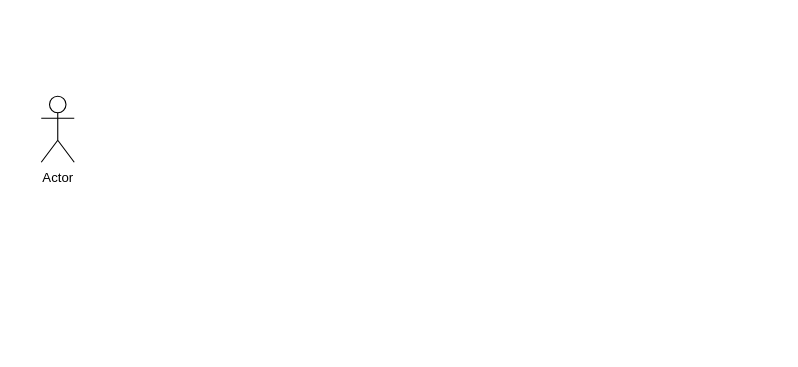
Earlier version of the draw.io diagram Masa_cooperation.drawio (mati-tech/draw.io). Source tidied: cells renumbered, new cells numbered last; positions are measured from the earlier drawing's top-left corner, leaving out a move shared by most shapes. Both pictures are drawn from the tidied source at 110%, with x=0, y=0 at pixel (41, 96).
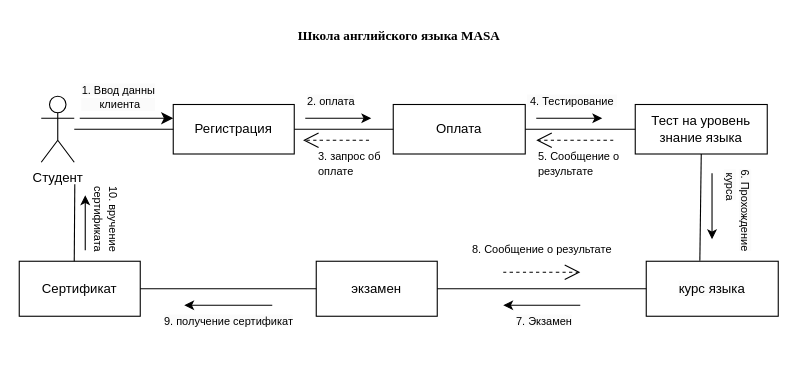
The same page after the edit.

What changed in the source:
```diff
@@
-    <mxCell id="2" value="Actor" style="shape=umlActor;verticalLabelPosition=bottom;verticalAlign=top;html=1;outlineConnect=0;" parent="1" vertex="1">
+    <mxCell id="2" value="Студент" style="shape=umlActor;verticalLabelPosition=bottom;verticalAlign=top;html=1;outlineConnect=0;" parent="1" vertex="1">
       <mxGeometry width="30" height="60" as="geometry" />
     </mxCell>
+    <mxCell id="3" value="Регистрация" style="rounded=0;whiteSpace=wrap;html=1;" parent="1" vertex="1">
+      <mxGeometry x="120" y="7.5" width="110" height="45" as="geometry" />
+    </mxCell>
+    <mxCell id="4" value="Оплата" style="rounded=0;whiteSpace=wrap;html=1;" parent="1" vertex="1">
+      <mxGeometry x="320" y="7.5" width="120" height="45" as="geometry" />
+    </mxCell>
+    <mxCell id="5" value="Тест на уровень знание языка" style="rounded=0;whiteSpace=wrap;html=1;" parent="1" vertex="1">
+      <mxGeometry x="540" y="7.5" width="120" height="45" as="geometry" />
+    </mxCell>
+    <mxCell id="6" value="экзамен" style="rounded=0;whiteSpace=wrap;html=1;" parent="1" vertex="1">
+      <mxGeometry x="250" y="150" width="110" height="50" as="geometry" />
+    </mxCell>
+    <mxCell id="7" value="&lt;span style=&quot;color: rgb(0, 0, 0); font-family: Helvetica; font-size: 12px; font-style: normal; font-variant-ligatures: normal; font-variant-caps: normal; font-weight: 400; letter-spacing: normal; orphans: 2; text-align: center; text-indent: 0px; text-transform: none; widows: 2; word-spacing: 0px; -webkit-text-stroke-width: 0px; white-space: normal; background-color: rgb(251, 251, 251); text-decoration-thickness: initial; text-decoration-style: initial; text-decoration-color: initial; display: inline !important; float: none;&quot;&gt;курс языка&lt;/span&gt;" style="rounded=0;whiteSpace=wrap;html=1;" parent="1" vertex="1">
+      <mxGeometry x="550" y="150" width="120" height="50" as="geometry" />
+    </mxCell>
+    <mxCell id="8" value="Сертификат" style="rounded=0;whiteSpace=wrap;html=1;" parent="1" vertex="1">
+      <mxGeometry x="-20" y="150" width="110" height="50" as="geometry" />
+    </mxCell>
+    <mxCell id="9" style="endArrow=none;html=1;rounded=0;entryX=0;entryY=0.5;entryDx=0;entryDy=0;" parent="1" edge="1" source="2" target="3">
+      <mxGeometry relative="1" as="geometry" />
+    </mxCell>
+    <mxCell id="10" style="endArrow=none;html=1;rounded=0;entryX=0;entryY=0.5;entryDx=0;entryDy=0;exitX=1;exitY=0.5;exitDx=0;exitDy=0;" parent="1" edge="1" source="3" target="4">
+      <mxGeometry relative="1" as="geometry" />
+    </mxCell>
+    <mxCell id="11" style="endArrow=none;html=1;rounded=0;entryX=0;entryY=0.5;entryDx=0;entryDy=0;exitX=1;exitY=0.5;exitDx=0;exitDy=0;" parent="1" edge="1" source="4" target="5">
+      <mxGeometry relative="1" as="geometry" />
+    </mxCell>
+    <mxCell id="12" style="endArrow=none;html=1;rounded=0;entryX=0.5;entryY=1;entryDx=0;entryDy=0;exitX=0.406;exitY=-0.007;exitDx=0;exitDy=0;exitPerimeter=0;" parent="1" edge="1" source="7" target="5">
+      <mxGeometry relative="1" as="geometry" />
+    </mxCell>
+    <mxCell id="13" style="endArrow=none;html=1;rounded=0;entryX=0;entryY=0.5;entryDx=0;entryDy=0;exitX=1;exitY=0.5;exitDx=0;exitDy=0;" parent="1" edge="1" source="6" target="7">
+      <mxGeometry relative="1" as="geometry" />
+    </mxCell>
+    <mxCell id="14" style="endArrow=none;html=1;rounded=0;entryX=0;entryY=0.5;entryDx=0;entryDy=0;exitX=1;exitY=0.5;exitDx=0;exitDy=0;" parent="1" edge="1" source="8" target="6">
+      <mxGeometry relative="1" as="geometry" />
+    </mxCell>
+    <mxCell id="15" style="endArrow=none;html=1;rounded=0;exitX=0.25;exitY=0;exitDx=0;exitDy=0;" parent="1" edge="1">
+      <mxGeometry relative="1" as="geometry">
+        <mxPoint x="30" y="150" as="sourcePoint" />
+        <mxPoint x="30.5" y="80" as="targetPoint" />
+      </mxGeometry>
+    </mxCell>
+    <mxCell id="16" value="&lt;font style=&quot;background-color: rgb(251, 251, 251); font-size: 10px;&quot;&gt;1. Ввод данны&lt;/font&gt;&lt;div style=&quot;background-color: rgb(251, 251, 251); font-size: 10px;&quot;&gt;&amp;nbsp;клиента&lt;/div&gt;" style="endArrow=classic;html=1;rounded=0;fontSize=12;startSize=8;endSize=8;curved=1;" parent="1" edge="1">
+      <mxGeometry x="-0.18" y="20" relative="1" as="geometry">
+        <mxPoint x="35" y="20" as="sourcePoint" />
+        <mxPoint x="120" y="20" as="targetPoint" />
+      </mxGeometry>
+    </mxCell>
+    <mxCell id="17" value="&lt;span style=&quot;color: rgb(0, 0, 0); font-family: Helvetica; font-size: 10px; font-style: normal; font-variant-ligatures: normal; font-variant-caps: normal; font-weight: 400; letter-spacing: normal; orphans: 2; text-align: center; text-indent: 0px; text-transform: none; widows: 2; word-spacing: 0px; -webkit-text-stroke-width: 0px; white-space: nowrap; background-color: rgb(251, 251, 251); text-decoration-thickness: initial; text-decoration-style: initial; text-decoration-color: initial; display: inline !important; float: none;&quot;&gt;2. оплата&lt;/span&gt;" style="text;whiteSpace=wrap;html=1;" parent="1" vertex="1">
+      <mxGeometry x="240" y="-10" width="56" height="20" as="geometry" />
+    </mxCell>
+    <mxCell id="18" style="endArrow=classic;html=1;rounded=0;" parent="1" edge="1">
+      <mxGeometry relative="1" as="geometry">
+        <mxPoint x="240" y="20" as="sourcePoint" />
+        <mxPoint x="300" y="20" as="targetPoint" />
+      </mxGeometry>
+    </mxCell>
+    <mxCell id="19" style="endArrow=classic;html=1;rounded=0;" parent="1" edge="1">
+      <mxGeometry relative="1" as="geometry">
+        <mxPoint x="450" y="20" as="sourcePoint" />
+        <mxPoint x="510" y="20" as="targetPoint" />
+      </mxGeometry>
+    </mxCell>
+    <mxCell id="20" style="endArrow=classic;html=1;rounded=0;" parent="1" edge="1">
+      <mxGeometry relative="1" as="geometry">
+        <mxPoint x="609.8" y="70" as="sourcePoint" />
+        <mxPoint x="609.8" y="130" as="targetPoint" />
+      </mxGeometry>
+    </mxCell>
+    <mxCell id="21" style="endArrow=classic;html=1;rounded=0;" parent="1" edge="1">
+      <mxGeometry relative="1" as="geometry">
+        <mxPoint x="490" y="190" as="sourcePoint" />
+        <mxPoint x="420" y="190" as="targetPoint" />
+      </mxGeometry>
+    </mxCell>
+    <mxCell id="22" style="endArrow=classic;html=1;rounded=0;" parent="1" edge="1">
+      <mxGeometry relative="1" as="geometry">
+        <mxPoint x="210" y="190" as="sourcePoint" />
+        <mxPoint x="130" y="190" as="targetPoint" />
+      </mxGeometry>
+    </mxCell>
+    <mxCell id="23" style="endArrow=open;endSize=12;dashed=1;html=1;rounded=0;fontSize=12;curved=1;" parent="1" edge="1">
+      <mxGeometry y="-13" relative="1" as="geometry">
+        <mxPoint x="298" y="40" as="sourcePoint" />
+        <mxPoint x="238" y="40" as="targetPoint" />
+      </mxGeometry>
+    </mxCell>
+    <mxCell id="24" value="&lt;span style=&quot;color: rgb(0, 0, 0); font-family: Helvetica; font-size: 10px; font-style: normal; font-variant-ligatures: normal; font-variant-caps: normal; font-weight: 400; letter-spacing: normal; orphans: 2; text-align: center; text-indent: 0px; text-transform: none; widows: 2; word-spacing: 0px; -webkit-text-stroke-width: 0px; white-space: nowrap; background-color: rgb(255, 255, 255); text-decoration-thickness: initial; text-decoration-style: initial; text-decoration-color: initial; display: inline !important; float: none;&quot;&gt;3. запрос об&amp;nbsp;&lt;/span&gt;&lt;div&gt;&lt;span style=&quot;color: rgb(0, 0, 0); font-family: Helvetica; font-size: 10px; font-style: normal; font-variant-ligatures: normal; font-variant-caps: normal; font-weight: 400; letter-spacing: normal; orphans: 2; text-align: center; text-indent: 0px; text-transform: none; widows: 2; word-spacing: 0px; -webkit-text-stroke-width: 0px; white-space: nowrap; background-color: rgb(255, 255, 255); text-decoration-thickness: initial; text-decoration-style: initial; text-decoration-color: initial; display: inline !important; float: none;&quot;&gt;оплате&lt;/span&gt;&lt;/div&gt;" style="text;whiteSpace=wrap;html=1;" parent="1" vertex="1">
+      <mxGeometry x="250" y="40" width="60" height="30" as="geometry" />
+    </mxCell>
+    <mxCell id="25" value="&lt;span style=&quot;color: rgb(0, 0, 0); font-family: Helvetica; font-size: 10px; font-style: normal; font-variant-ligatures: normal; font-variant-caps: normal; font-weight: 400; letter-spacing: normal; orphans: 2; text-align: center; text-indent: 0px; text-transform: none; widows: 2; word-spacing: 0px; -webkit-text-stroke-width: 0px; white-space: nowrap; background-color: rgb(251, 251, 251); text-decoration-thickness: initial; text-decoration-style: initial; text-decoration-color: initial; display: inline !important; float: none;&quot;&gt;&amp;nbsp;4. Тестирование&amp;nbsp;&lt;/span&gt;" style="text;whiteSpace=wrap;html=1;" parent="1" vertex="1">
+      <mxGeometry x="440" y="-10" width="90" height="20" as="geometry" />
+    </mxCell>
+    <mxCell id="26" value="&lt;span style=&quot;color: rgb(0, 0, 0); font-family: Helvetica; font-size: 10px; font-style: normal; font-variant-ligatures: normal; font-variant-caps: normal; font-weight: 400; letter-spacing: normal; orphans: 2; text-align: center; text-indent: 0px; text-transform: none; widows: 2; word-spacing: 0px; -webkit-text-stroke-width: 0px; white-space: nowrap; background-color: rgb(255, 255, 255); text-decoration-thickness: initial; text-decoration-style: initial; text-decoration-color: initial; display: inline !important; float: none;&quot;&gt;5. Сообщение о&amp;nbsp;&lt;/span&gt;&lt;div&gt;&lt;span style=&quot;color: rgb(0, 0, 0); font-family: Helvetica; font-size: 10px; font-style: normal; font-variant-ligatures: normal; font-variant-caps: normal; font-weight: 400; letter-spacing: normal; orphans: 2; text-align: center; text-indent: 0px; text-transform: none; widows: 2; word-spacing: 0px; -webkit-text-stroke-width: 0px; white-space: nowrap; background-color: rgb(255, 255, 255); text-decoration-thickness: initial; text-decoration-style: initial; text-decoration-color: initial; display: inline !important; float: none;&quot;&gt;результате&lt;/span&gt;&lt;/div&gt;" style="text;whiteSpace=wrap;html=1;" parent="1" vertex="1">
+      <mxGeometry x="450" y="40" width="80" height="40" as="geometry" />
+    </mxCell>
+    <mxCell id="27" style="endArrow=open;endSize=12;dashed=1;html=1;rounded=0;fontSize=12;curved=1;" parent="1" edge="1">
+      <mxGeometry y="-13" relative="1" as="geometry">
+        <mxPoint x="520" y="40" as="sourcePoint" />
+        <mxPoint x="450" y="40" as="targetPoint" />
+      </mxGeometry>
+    </mxCell>
+    <mxCell id="28" value="&lt;span style=&quot;color: rgb(0, 0, 0); font-family: Helvetica; font-size: 10px; font-style: normal; font-variant-ligatures: normal; font-variant-caps: normal; font-weight: 400; letter-spacing: normal; orphans: 2; text-align: center; text-indent: 0px; text-transform: none; widows: 2; word-spacing: 0px; -webkit-text-stroke-width: 0px; white-space: nowrap; background-color: rgb(251, 251, 251); text-decoration-thickness: initial; text-decoration-style: initial; text-decoration-color: initial; display: inline !important; float: none;&quot;&gt;6. Прохождение&lt;/span&gt;&lt;div&gt;&lt;span style=&quot;color: rgb(0, 0, 0); font-family: Helvetica; font-size: 10px; font-style: normal; font-variant-ligatures: normal; font-variant-caps: normal; font-weight: 400; letter-spacing: normal; orphans: 2; text-align: center; text-indent: 0px; text-transform: none; widows: 2; word-spacing: 0px; -webkit-text-stroke-width: 0px; white-space: nowrap; background-color: rgb(251, 251, 251); text-decoration-thickness: initial; text-decoration-style: initial; text-decoration-color: initial; display: inline !important; float: none;&quot;&gt;&amp;nbsp;курса&lt;/span&gt;&lt;/div&gt;" style="text;whiteSpace=wrap;html=1;flipV=0;flipH=0;rotation=90;" parent="1" vertex="1">
+      <mxGeometry x="605" y="95" width="80" height="20" as="geometry" />
+    </mxCell>
+    <mxCell id="29" value="&lt;span style=&quot;color: rgb(0, 0, 0); font-family: Helvetica; font-size: 10px; font-style: normal; font-variant-ligatures: normal; font-variant-caps: normal; font-weight: 400; letter-spacing: normal; orphans: 2; text-align: center; text-indent: 0px; text-transform: none; widows: 2; word-spacing: 0px; -webkit-text-stroke-width: 0px; white-space: nowrap; background-color: rgb(251, 251, 251); text-decoration-thickness: initial; text-decoration-style: initial; text-decoration-color: initial; display: inline !important; float: none;&quot;&gt;7. Экзамен&lt;/span&gt;" style="text;whiteSpace=wrap;html=1;" parent="1" vertex="1">
+      <mxGeometry x="430" y="190" width="60" height="20" as="geometry" />
+    </mxCell>
+    <mxCell id="30" value="&lt;span style=&quot;color: rgb(0, 0, 0); font-family: Helvetica; font-size: 10px; font-style: normal; font-variant-ligatures: normal; font-variant-caps: normal; font-weight: 400; letter-spacing: normal; orphans: 2; text-align: center; text-indent: 0px; text-transform: none; widows: 2; word-spacing: 0px; -webkit-text-stroke-width: 0px; white-space: nowrap; background-color: rgb(255, 255, 255); text-decoration-thickness: initial; text-decoration-style: initial; text-decoration-color: initial; display: inline !important; float: none;&quot;&gt;8. Сообщение о результате&lt;/span&gt;" style="text;whiteSpace=wrap;html=1;" parent="1" vertex="1">
+      <mxGeometry x="390" y="125" width="130" height="25" as="geometry" />
+    </mxCell>
+    <mxCell id="31" style="endArrow=open;endSize=12;dashed=1;html=1;rounded=0;fontSize=12;curved=1;" parent="1" edge="1">
+      <mxGeometry y="-13" relative="1" as="geometry">
+        <mxPoint x="420" y="160" as="sourcePoint" />
+        <mxPoint x="490" y="160" as="targetPoint" />
+      </mxGeometry>
+    </mxCell>
+    <mxCell id="32" value="&lt;span style=&quot;color: rgb(0, 0, 0); font-family: Helvetica; font-size: 10px; font-style: normal; font-variant-ligatures: normal; font-variant-caps: normal; font-weight: 400; letter-spacing: normal; orphans: 2; text-align: center; text-indent: 0px; text-transform: none; widows: 2; word-spacing: 0px; -webkit-text-stroke-width: 0px; white-space: nowrap; background-color: rgb(251, 251, 251); text-decoration-thickness: initial; text-decoration-style: initial; text-decoration-color: initial; display: inline !important; float: none;&quot;&gt;9. получение сертификат&lt;/span&gt;" style="text;whiteSpace=wrap;html=1;" parent="1" vertex="1">
+      <mxGeometry x="110" y="190" width="150" height="40" as="geometry" />
+    </mxCell>
+    <mxCell id="33" value="&lt;span style=&quot;color: rgb(0, 0, 0); font-family: Helvetica; font-size: 10px; font-style: normal; font-variant-ligatures: normal; font-variant-caps: normal; font-weight: 400; letter-spacing: normal; orphans: 2; text-align: center; text-indent: 0px; text-transform: none; widows: 2; word-spacing: 0px; -webkit-text-stroke-width: 0px; white-space: nowrap; background-color: rgb(255, 255, 255); text-decoration-thickness: initial; text-decoration-style: initial; text-decoration-color: initial; display: inline !important; float: none;&quot;&gt;10. вручение&amp;nbsp;&lt;/span&gt;&lt;div&gt;&lt;span style=&quot;color: rgb(0, 0, 0); font-family: Helvetica; font-size: 10px; font-style: normal; font-variant-ligatures: normal; font-variant-caps: normal; font-weight: 400; letter-spacing: normal; orphans: 2; text-align: center; text-indent: 0px; text-transform: none; widows: 2; word-spacing: 0px; -webkit-text-stroke-width: 0px; white-space: nowrap; background-color: rgb(255, 255, 255); text-decoration-thickness: initial; text-decoration-style: initial; text-decoration-color: initial; display: inline !important; float: none;&quot;&gt;сертификата&lt;/span&gt;&lt;/div&gt;" style="text;whiteSpace=wrap;html=1;rotation=90;" parent="1" vertex="1">
+      <mxGeometry x="30" y="100" width="70" height="30" as="geometry" />
+    </mxCell>
+    <mxCell id="34" style="endArrow=classic;html=1;rounded=0;" parent="1" edge="1">
+      <mxGeometry relative="1" as="geometry">
+        <mxPoint x="40" y="140" as="sourcePoint" />
+        <mxPoint x="40" y="90" as="targetPoint" />
+      </mxGeometry>
+    </mxCell>
+    <mxCell id="35" value="&lt;span style=&quot;font-weight: 700;&quot;&gt;&lt;font face=&quot;Times New Roman&quot;&gt;Школа английского языка MASA&lt;/font&gt;&lt;/span&gt;" style="text;html=1;align=center;verticalAlign=middle;strokeColor=none;fillColor=none;" parent="1" vertex="1">
+      <mxGeometry x="220" y="-70" width="210" height="30" as="geometry" />
+    </mxCell>
```
